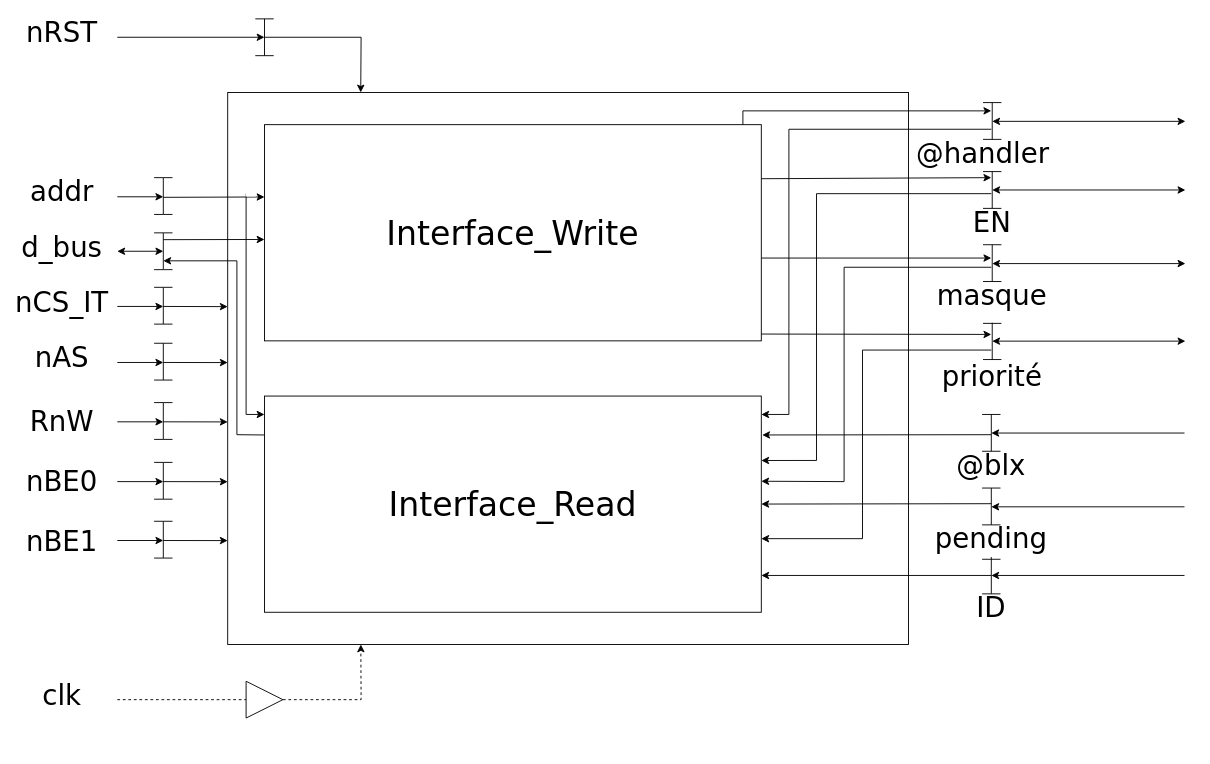
This is report/drawio/raffinage_interface.drawio from FromagePatin/controller_IT, a draw.io file, before an edit. Source tidied: cells renumbered, new cells numbered last; positions are measured from the earlier drawing's top-left corner, leaving out a move shared by most shapes. Both pictures are drawn from the tidied source at 92%, with x=0, y=0 at pixel (34, 18).
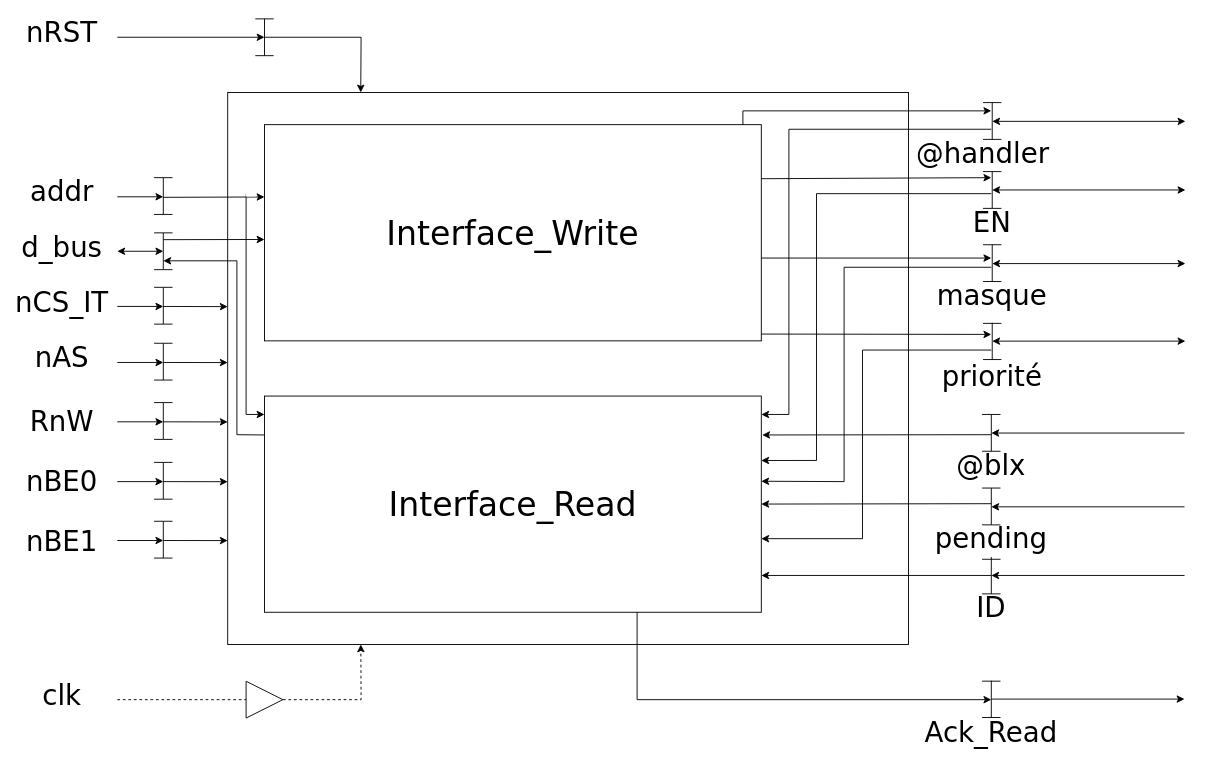
The same page after the edit.

The change refers to these unchanged cells:
```xml
<mxCell id="88" value="&lt;font style=&quot;font-size: 36px;&quot; face=&quot;Verdana&quot;&gt;Interface_Read&lt;/font&gt;" style="rounded=0;whiteSpace=wrap;html=1;" parent="1" vertex="1">
  <mxGeometry x="250" y="410" width="540" height="235" as="geometry" />
</mxCell>
```

What changed in the source:
```diff
@@
+    <mxCell id="107" style="endArrow=none;html=1;rounded=0;fontFamily=Verdana;fontSize=36;fillColor=#FFFFFF;" parent="1" edge="1">
+      <mxGeometry relative="1" as="geometry">
+        <mxPoint x="1050" y="719.9" as="sourcePoint" />
+        <mxPoint x="1030" y="719.9" as="targetPoint" />
+      </mxGeometry>
+    </mxCell>
+    <mxCell id="108" style="endArrow=none;html=1;rounded=0;fontFamily=Verdana;fontSize=36;fillColor=#FFFFFF;" parent="1" edge="1">
+      <mxGeometry relative="1" as="geometry">
+        <mxPoint x="1040" y="719.4" as="sourcePoint" />
+        <mxPoint x="1040" y="759.4" as="targetPoint" />
+      </mxGeometry>
+    </mxCell>
+    <mxCell id="109" style="endArrow=none;html=1;rounded=0;fontFamily=Verdana;fontSize=36;fillColor=#FFFFFF;" parent="1" edge="1">
+      <mxGeometry relative="1" as="geometry">
+        <mxPoint x="1050" y="759.4" as="sourcePoint" />
+        <mxPoint x="1030" y="759.4" as="targetPoint" />
+      </mxGeometry>
+    </mxCell>
+    <mxCell id="110" style="endArrow=classic;html=1;rounded=0;fontFamily=Verdana;fontSize=30;" parent="1" edge="1">
+      <mxGeometry relative="1" as="geometry">
+        <mxPoint x="1040" y="739.4" as="sourcePoint" />
+        <mxPoint x="1250" y="739.4" as="targetPoint" />
+      </mxGeometry>
+    </mxCell>
+    <mxCell id="111" value="Ack_Read" style="text;html=1;strokeColor=none;fillColor=none;align=center;verticalAlign=middle;whiteSpace=wrap;rounded=0;fontFamily=Verdana;fontSize=30;" parent="1" vertex="1">
+      <mxGeometry x="1010" y="760" width="60" height="30" as="geometry" />
+    </mxCell>
+    <mxCell id="112" style="endArrow=classic;html=1;rounded=0;exitX=0.75;exitY=1;exitDx=0;exitDy=0;" parent="1" edge="1" source="88">
+      <mxGeometry relative="1" as="geometry">
+        <mxPoint x="1040" y="740" as="targetPoint" />
+        <Array as="points">
+          <mxPoint x="655" y="740" />
+        </Array>
+      </mxGeometry>
+    </mxCell>
```
